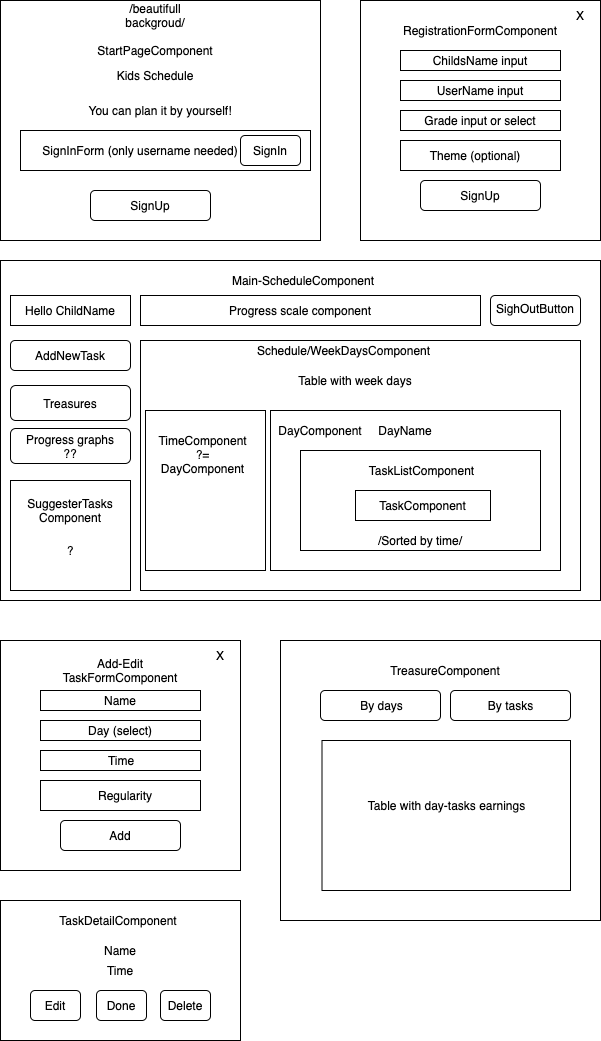
The draw.io diagram public/component-tree.png in janecher/kids-calendar, before a commit. Source tidied: cells renumbered, new cells last; positions are measured from the earlier drawing's top-left corner, leaving out a move shared by most shapes.
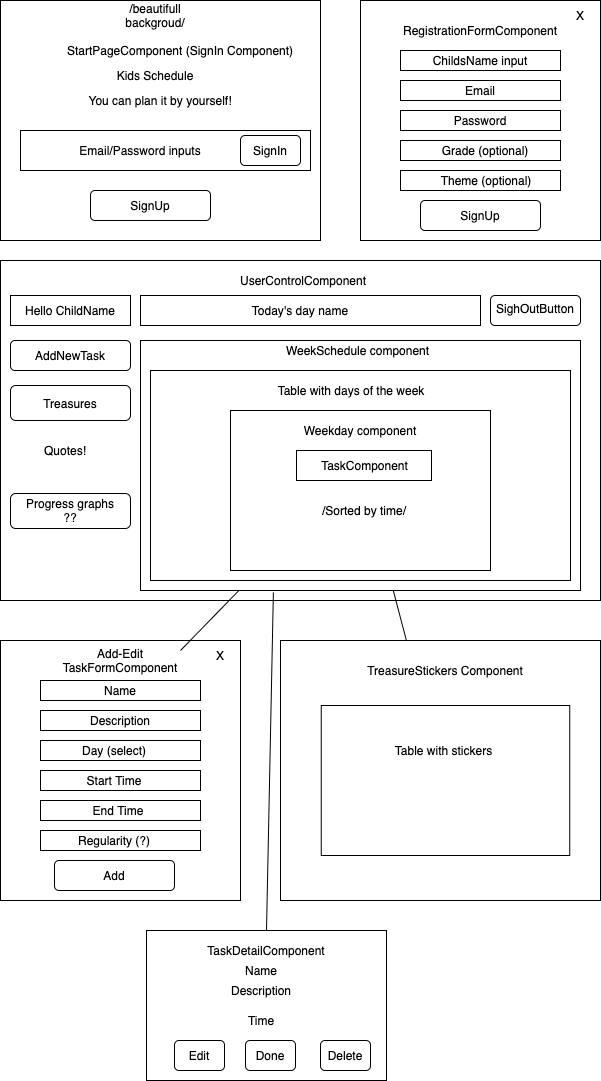
After the commit.

Commit message:
update component tree diagram

What changed in the source:
```diff
@@ -10,4 +10,4 @@
     </mxCell>
-    <mxCell id="4" value="StartPageComponent" style="text;html=1;strokeColor=none;fillColor=none;align=center;verticalAlign=middle;whiteSpace=wrap;rounded=0;" parent="1" vertex="1">
-      <mxGeometry x="35" y="40" width="240" height="20" as="geometry" />
+    <mxCell id="4" value="StartPageComponent (SignIn Component)" style="text;html=1;strokeColor=none;fillColor=none;align=center;verticalAlign=middle;whiteSpace=wrap;rounded=0;" parent="1" vertex="1">
+      <mxGeometry x="60" y="40" width="240" height="20" as="geometry" />
     </mxCell>
@@ -17,3 +17,3 @@
     <mxCell id="6" value="You can plan it by yourself!" style="text;html=1;strokeColor=none;fillColor=none;align=center;verticalAlign=middle;whiteSpace=wrap;rounded=0;" parent="1" vertex="1">
-      <mxGeometry x="80" y="100" width="160" height="20" as="geometry" />
+      <mxGeometry x="80" y="90" width="160" height="20" as="geometry" />
     </mxCell>
@@ -25,3 +25,3 @@
     </mxCell>
-    <mxCell id="9" value="SignInForm (only username needed)" style="text;html=1;strokeColor=none;fillColor=none;align=center;verticalAlign=middle;whiteSpace=wrap;rounded=0;" parent="1" vertex="1">
+    <mxCell id="9" value="Email/Password inputs" style="text;html=1;strokeColor=none;fillColor=none;align=center;verticalAlign=middle;whiteSpace=wrap;rounded=0;" parent="1" vertex="1">
       <mxGeometry x="35" y="140" width="210" height="20" as="geometry" />
@@ -52,3 +52,3 @@
     </mxCell>
-    <mxCell id="18" value="UserName input" style="text;html=1;strokeColor=none;fillColor=none;align=center;verticalAlign=middle;whiteSpace=wrap;rounded=0;" parent="1" vertex="1">
+    <mxCell id="18" value="Email" style="text;html=1;strokeColor=none;fillColor=none;align=center;verticalAlign=middle;whiteSpace=wrap;rounded=0;" parent="1" vertex="1">
       <mxGeometry x="420" y="80" width="120" height="20" as="geometry" />
@@ -56,3 +56,3 @@
     <mxCell id="19" value="SignUp" style="rounded=1;whiteSpace=wrap;html=1;" parent="1" vertex="1">
-      <mxGeometry x="420" y="180" width="120" height="30" as="geometry" />
+      <mxGeometry x="420" y="200" width="120" height="30" as="geometry" />
     </mxCell>
@@ -61,3 +61,3 @@
     </mxCell>
-    <mxCell id="21" value="Grade input or select" style="text;html=1;strokeColor=none;fillColor=none;align=center;verticalAlign=middle;whiteSpace=wrap;rounded=0;" parent="1" vertex="1">
+    <mxCell id="21" value="Password" style="text;html=1;strokeColor=none;fillColor=none;align=center;verticalAlign=middle;whiteSpace=wrap;rounded=0;" parent="1" vertex="1">
       <mxGeometry x="420" y="110" width="120" height="20" as="geometry" />
@@ -65,6 +65,6 @@
     <mxCell id="22" style="rounded=0;whiteSpace=wrap;html=1;" parent="1" vertex="1">
-      <mxGeometry x="400" y="140" width="160" height="30" as="geometry" />
+      <mxGeometry x="400" y="170" width="160" height="20" as="geometry" />
     </mxCell>
     <mxCell id="23" value="Theme (optional)" style="text;html=1;strokeColor=none;fillColor=none;align=center;verticalAlign=middle;whiteSpace=wrap;rounded=0;" parent="1" vertex="1">
-      <mxGeometry x="420" y="145" width="110" height="20" as="geometry" />
+      <mxGeometry x="431" y="170" width="110" height="20" as="geometry" />
     </mxCell>
@@ -73,3 +73,3 @@
     </mxCell>
-    <mxCell id="25" value="Main-ScheduleComponent" style="text;html=1;strokeColor=none;fillColor=none;align=center;verticalAlign=middle;whiteSpace=wrap;rounded=0;" parent="1" vertex="1">
+    <mxCell id="25" value="UserControlComponent" style="text;html=1;strokeColor=none;fillColor=none;align=center;verticalAlign=middle;whiteSpace=wrap;rounded=0;" parent="1" vertex="1">
       <mxGeometry x="183" y="270" width="240" height="20" as="geometry" />
@@ -85,19 +85,10 @@
     </mxCell>
-    <mxCell id="29" value="Schedule/WeekDaysComponent" style="text;html=1;strokeColor=none;fillColor=none;align=center;verticalAlign=middle;whiteSpace=wrap;rounded=0;" parent="1" vertex="1">
-      <mxGeometry x="256" y="340" width="175" height="20" as="geometry" />
+    <mxCell id="29" value="WeekSchedule component" style="text;html=1;strokeColor=none;fillColor=none;align=center;verticalAlign=middle;whiteSpace=wrap;rounded=0;" parent="1" vertex="1">
+      <mxGeometry x="270" y="340" width="175" height="20" as="geometry" />
     </mxCell>
-    <mxCell id="30" value="Table with week days" style="text;html=1;strokeColor=none;fillColor=none;align=center;verticalAlign=middle;whiteSpace=wrap;rounded=0;" parent="1" vertex="1">
-      <mxGeometry x="265" y="370" width="180" height="20" as="geometry" />
-    </mxCell>
     <mxCell id="31" style="rounded=0;whiteSpace=wrap;html=1;" parent="1" vertex="1">
-      <mxGeometry x="270" y="410" width="290" height="160" as="geometry" />
+      <mxGeometry x="150" y="370" width="420" height="210" as="geometry" />
     </mxCell>
-    <mxCell id="32" value="DayName" style="text;html=1;strokeColor=none;fillColor=none;align=center;verticalAlign=middle;whiteSpace=wrap;rounded=0;" parent="1" vertex="1">
-      <mxGeometry x="335" y="420" width="140" height="20" as="geometry" />
-    </mxCell>
-    <mxCell id="33" style="rounded=0;whiteSpace=wrap;html=1;" parent="1" vertex="1">
-      <mxGeometry x="145" y="410" width="120" height="160" as="geometry" />
-    </mxCell>
-    <mxCell id="34" value="DayComponent" style="text;html=1;strokeColor=none;fillColor=none;align=center;verticalAlign=middle;whiteSpace=wrap;rounded=0;" parent="1" vertex="1">
-      <mxGeometry x="280" y="420" width="80" height="20" as="geometry" />
+    <mxCell id="34" value="Table with days of the week" style="text;html=1;strokeColor=none;fillColor=none;align=center;verticalAlign=middle;whiteSpace=wrap;rounded=0;" parent="1" vertex="1">
+      <mxGeometry x="271" y="380" width="160" height="20" as="geometry" />
     </mxCell>
@@ -109,5 +100,2 @@
     </mxCell>
-    <mxCell id="37" value="TimeComponent&lt;br&gt;?= DayComponent" style="text;html=1;strokeColor=none;fillColor=none;align=center;verticalAlign=middle;whiteSpace=wrap;rounded=0;" parent="1" vertex="1">
-      <mxGeometry x="165" y="428" width="75" height="52" as="geometry" />
-    </mxCell>
     <mxCell id="38" style="rounded=1;whiteSpace=wrap;html=1;" parent="1" vertex="1">
@@ -119,15 +107,12 @@
     <mxCell id="40" style="rounded=0;whiteSpace=wrap;html=1;" parent="1" vertex="1">
-      <mxGeometry x="300" y="450" width="240" height="100" as="geometry" />
+      <mxGeometry x="230" y="410" width="260" height="160" as="geometry" />
     </mxCell>
-    <mxCell id="41" value="TaskListComponent" style="text;html=1;strokeColor=none;fillColor=none;align=center;verticalAlign=middle;whiteSpace=wrap;rounded=0;" parent="1" vertex="1">
-      <mxGeometry x="353" y="460" width="137" height="20" as="geometry" />
-    </mxCell>
     <mxCell id="42" style="rounded=0;whiteSpace=wrap;html=1;" parent="1" vertex="1">
-      <mxGeometry x="355" y="490" width="135" height="30" as="geometry" />
+      <mxGeometry x="296" y="450" width="135" height="30" as="geometry" />
     </mxCell>
     <mxCell id="43" value="TaskComponent" style="text;html=1;strokeColor=none;fillColor=none;align=center;verticalAlign=middle;whiteSpace=wrap;rounded=0;" parent="1" vertex="1">
-      <mxGeometry x="380" y="495" width="85" height="20" as="geometry" />
+      <mxGeometry x="321.5" y="455" width="85" height="20" as="geometry" />
     </mxCell>
     <mxCell id="44" value="/Sorted by time/" style="text;html=1;strokeColor=none;fillColor=none;align=center;verticalAlign=middle;whiteSpace=wrap;rounded=0;" parent="1" vertex="1">
-      <mxGeometry x="340" y="530" width="160" height="20" as="geometry" />
+      <mxGeometry x="284" y="500" width="160" height="20" as="geometry" />
     </mxCell>
@@ -136,11 +121,2 @@
     </mxCell>
-    <mxCell id="46" style="rounded=0;whiteSpace=wrap;html=1;" parent="1" vertex="1">
-      <mxGeometry x="10" y="480" width="120" height="110" as="geometry" />
-    </mxCell>
-    <mxCell id="47" value="SuggesterTasks&lt;br&gt;Component" style="text;html=1;strokeColor=none;fillColor=none;align=center;verticalAlign=middle;whiteSpace=wrap;rounded=0;" parent="1" vertex="1">
-      <mxGeometry x="20" y="500" width="100" height="20" as="geometry" />
-    </mxCell>
-    <mxCell id="48" value="?" style="text;html=1;strokeColor=none;fillColor=none;align=center;verticalAlign=middle;whiteSpace=wrap;rounded=0;" parent="1" vertex="1">
-      <mxGeometry x="50" y="540" width="40" height="20" as="geometry" />
-    </mxCell>
     <mxCell id="49" style="rounded=1;whiteSpace=wrap;html=1;" parent="1" vertex="1">
@@ -154,3 +130,3 @@
     </mxCell>
-    <mxCell id="52" value="Progress scale component" style="text;html=1;strokeColor=none;fillColor=none;align=center;verticalAlign=middle;whiteSpace=wrap;rounded=0;" parent="1" vertex="1">
+    <mxCell id="52" value="Today's day name" style="text;html=1;strokeColor=none;fillColor=none;align=center;verticalAlign=middle;whiteSpace=wrap;rounded=0;" parent="1" vertex="1">
       <mxGeometry x="138" y="300" width="324" height="20" as="geometry" />
@@ -158,57 +134,45 @@
     <mxCell id="53" style="rounded=0;whiteSpace=wrap;html=1;" parent="1" vertex="1">
-      <mxGeometry x="280" y="640" width="320" height="280" as="geometry" />
+      <mxGeometry x="280" y="640" width="320" height="260" as="geometry" />
     </mxCell>
-    <mxCell id="54" value="TreasureComponent" style="text;html=1;strokeColor=none;fillColor=none;align=center;verticalAlign=middle;whiteSpace=wrap;rounded=0;" parent="1" vertex="1">
+    <mxCell id="54" value="TreasureStickers Component" style="text;html=1;strokeColor=none;fillColor=none;align=center;verticalAlign=middle;whiteSpace=wrap;rounded=0;" parent="1" vertex="1">
       <mxGeometry x="340" y="660" width="210" height="20" as="geometry" />
     </mxCell>
-    <mxCell id="55" style="rounded=1;whiteSpace=wrap;html=1;" parent="1" vertex="1">
-      <mxGeometry x="320" y="690" width="120" height="30" as="geometry" />
-    </mxCell>
-    <mxCell id="56" value="By days" style="text;html=1;strokeColor=none;fillColor=none;align=center;verticalAlign=middle;whiteSpace=wrap;rounded=0;" parent="1" vertex="1">
-      <mxGeometry x="343" y="695" width="77" height="20" as="geometry" />
-    </mxCell>
-    <mxCell id="57" style="rounded=1;whiteSpace=wrap;html=1;" parent="1" vertex="1">
-      <mxGeometry x="450" y="690" width="120" height="30" as="geometry" />
-    </mxCell>
-    <mxCell id="58" value="By tasks" style="text;html=1;strokeColor=none;fillColor=none;align=center;verticalAlign=middle;whiteSpace=wrap;rounded=0;" parent="1" vertex="1">
-      <mxGeometry x="471.5" y="695" width="77" height="20" as="geometry" />
-    </mxCell>
     <mxCell id="59" style="rounded=1;whiteSpace=wrap;html=1;" parent="1" vertex="1">
-      <mxGeometry x="10" y="428" width="120" height="35" as="geometry" />
+      <mxGeometry x="10" y="493" width="120" height="35" as="geometry" />
     </mxCell>
     <mxCell id="60" value="Progress graphs ??" style="text;html=1;strokeColor=none;fillColor=none;align=center;verticalAlign=middle;whiteSpace=wrap;rounded=0;" parent="1" vertex="1">
-      <mxGeometry x="20" y="435.5" width="100" height="20" as="geometry" />
+      <mxGeometry x="20" y="500" width="100" height="20" as="geometry" />
     </mxCell>
     <mxCell id="61" style="rounded=0;whiteSpace=wrap;html=1;" parent="1" vertex="1">
-      <mxGeometry y="640" width="240" height="230" as="geometry" />
+      <mxGeometry y="640" width="240" height="260" as="geometry" />
     </mxCell>
     <mxCell id="62" value="Add-Edit TaskFormComponent" style="text;html=1;strokeColor=none;fillColor=none;align=center;verticalAlign=middle;whiteSpace=wrap;rounded=0;" parent="1" vertex="1">
-      <mxGeometry x="60" y="660" width="120" height="20" as="geometry" />
+      <mxGeometry x="60" y="650" width="120" height="20" as="geometry" />
     </mxCell>
     <mxCell id="63" style="rounded=0;whiteSpace=wrap;html=1;" parent="1" vertex="1">
-      <mxGeometry x="40" y="690" width="160" height="20" as="geometry" />
+      <mxGeometry x="40" y="680" width="160" height="20" as="geometry" />
     </mxCell>
     <mxCell id="64" value="Name" style="text;html=1;strokeColor=none;fillColor=none;align=center;verticalAlign=middle;whiteSpace=wrap;rounded=0;" parent="1" vertex="1">
-      <mxGeometry x="60" y="690" width="120" height="20" as="geometry" />
+      <mxGeometry x="60" y="680" width="120" height="20" as="geometry" />
     </mxCell>
     <mxCell id="65" style="rounded=0;whiteSpace=wrap;html=1;" parent="1" vertex="1">
-      <mxGeometry x="40" y="720" width="160" height="20" as="geometry" />
+      <mxGeometry x="40" y="740" width="160" height="20" as="geometry" />
     </mxCell>
     <mxCell id="66" value="Day (select)" style="text;html=1;strokeColor=none;fillColor=none;align=center;verticalAlign=middle;whiteSpace=wrap;rounded=0;" parent="1" vertex="1">
-      <mxGeometry x="60" y="720" width="120" height="20" as="geometry" />
+      <mxGeometry x="54" y="740" width="120" height="20" as="geometry" />
     </mxCell>
     <mxCell id="67" value="Add" style="rounded=1;whiteSpace=wrap;html=1;" parent="1" vertex="1">
-      <mxGeometry x="60" y="820" width="120" height="30" as="geometry" />
+      <mxGeometry x="54" y="860" width="120" height="30" as="geometry" />
     </mxCell>
     <mxCell id="68" style="rounded=0;whiteSpace=wrap;html=1;" parent="1" vertex="1">
-      <mxGeometry x="40" y="750" width="160" height="20" as="geometry" />
+      <mxGeometry x="40" y="800" width="160" height="20" as="geometry" />
     </mxCell>
-    <mxCell id="69" value="Time" style="text;html=1;strokeColor=none;fillColor=none;align=center;verticalAlign=middle;whiteSpace=wrap;rounded=0;" parent="1" vertex="1">
-      <mxGeometry x="61" y="750" width="120" height="20" as="geometry" />
+    <mxCell id="69" value="End Time" style="text;html=1;strokeColor=none;fillColor=none;align=center;verticalAlign=middle;whiteSpace=wrap;rounded=0;" parent="1" vertex="1">
+      <mxGeometry x="58" y="800" width="120" height="20" as="geometry" />
     </mxCell>
     <mxCell id="70" style="rounded=0;whiteSpace=wrap;html=1;" parent="1" vertex="1">
-      <mxGeometry x="40" y="780" width="160" height="30" as="geometry" />
+      <mxGeometry x="40" y="830" width="160" height="20" as="geometry" />
     </mxCell>
-    <mxCell id="71" value="Regularity" style="text;html=1;strokeColor=none;fillColor=none;align=center;verticalAlign=middle;whiteSpace=wrap;rounded=0;" parent="1" vertex="1">
-      <mxGeometry x="70" y="785" width="110" height="20" as="geometry" />
+    <mxCell id="71" value="Regularity (?)" style="text;html=1;strokeColor=none;fillColor=none;align=center;verticalAlign=middle;whiteSpace=wrap;rounded=0;" parent="1" vertex="1">
+      <mxGeometry x="60" y="830" width="108" height="20" as="geometry" />
     </mxCell>
@@ -218,28 +182,64 @@
     <mxCell id="73" style="rounded=0;whiteSpace=wrap;html=1;" parent="1" vertex="1">
-      <mxGeometry x="321.5" y="740" width="248.5" height="150" as="geometry" />
+      <mxGeometry x="320.8" y="705" width="248.5" height="150" as="geometry" />
     </mxCell>
-    <mxCell id="74" value="Table with day-tasks earnings" style="text;html=1;strokeColor=none;fillColor=none;align=center;verticalAlign=middle;whiteSpace=wrap;rounded=0;" parent="1" vertex="1">
-      <mxGeometry x="343" y="780" width="207" height="50" as="geometry" />
+    <mxCell id="74" value="Table with stickers" style="text;html=1;strokeColor=none;fillColor=none;align=center;verticalAlign=middle;whiteSpace=wrap;rounded=0;" parent="1" vertex="1">
+      <mxGeometry x="340" y="725" width="207" height="50" as="geometry" />
     </mxCell>
     <mxCell id="75" style="rounded=0;whiteSpace=wrap;html=1;" parent="1" vertex="1">
-      <mxGeometry y="900" width="240" height="140" as="geometry" />
+      <mxGeometry x="146" y="930" width="240" height="150" as="geometry" />
     </mxCell>
     <mxCell id="76" value="TaskDetailComponent" style="text;html=1;strokeColor=none;fillColor=none;align=center;verticalAlign=middle;whiteSpace=wrap;rounded=0;" parent="1" vertex="1">
-      <mxGeometry x="53" y="910" width="130" height="20" as="geometry" />
+      <mxGeometry x="201" y="940" width="130" height="20" as="geometry" />
     </mxCell>
     <mxCell id="77" value="Name" style="text;html=1;strokeColor=none;fillColor=none;align=center;verticalAlign=middle;whiteSpace=wrap;rounded=0;" parent="1" vertex="1">
-      <mxGeometry x="60" y="940" width="120" height="20" as="geometry" />
+      <mxGeometry x="201" y="960" width="120" height="20" as="geometry" />
     </mxCell>
     <mxCell id="78" value="Time" style="text;html=1;strokeColor=none;fillColor=none;align=center;verticalAlign=middle;whiteSpace=wrap;rounded=0;" parent="1" vertex="1">
-      <mxGeometry x="90" y="960" width="60" height="20" as="geometry" />
+      <mxGeometry x="231" y="1010" width="60" height="20" as="geometry" />
     </mxCell>
     <mxCell id="79" value="Edit" style="rounded=1;whiteSpace=wrap;html=1;" parent="1" vertex="1">
-      <mxGeometry x="30" y="990" width="50" height="30" as="geometry" />
+      <mxGeometry x="174" y="1040" width="50" height="30" as="geometry" />
     </mxCell>
     <mxCell id="80" value="Done" style="rounded=1;whiteSpace=wrap;html=1;" parent="1" vertex="1">
-      <mxGeometry x="96" y="990" width="50" height="30" as="geometry" />
+      <mxGeometry x="245" y="1040" width="50" height="30" as="geometry" />
     </mxCell>
     <mxCell id="81" value="Delete" style="rounded=1;whiteSpace=wrap;html=1;" parent="1" vertex="1">
-      <mxGeometry x="160" y="990" width="50" height="30" as="geometry" />
+      <mxGeometry x="320" y="1040" width="50" height="30" as="geometry" />
     </mxCell>
+    <mxCell id="82" style="rounded=0;whiteSpace=wrap;html=1;" parent="1" vertex="1">
+      <mxGeometry x="400" y="140" width="160" height="20" as="geometry" />
+    </mxCell>
+    <mxCell id="83" value="Grade (optional)" style="text;html=1;strokeColor=none;fillColor=none;align=center;verticalAlign=middle;whiteSpace=wrap;rounded=0;" parent="1" vertex="1">
+      <mxGeometry x="430" y="140" width="110" height="20" as="geometry" />
+    </mxCell>
+    <mxCell id="32" value="Weekday component" style="text;html=1;strokeColor=none;fillColor=none;align=center;verticalAlign=middle;whiteSpace=wrap;rounded=0;" parent="1" vertex="1">
+      <mxGeometry x="290" y="420" width="140" height="20" as="geometry" />
+    </mxCell>
+    <mxCell id="84" style="rounded=0;whiteSpace=wrap;html=1;" parent="1" vertex="1">
+      <mxGeometry x="40" y="770" width="160" height="20" as="geometry" />
+    </mxCell>
+    <mxCell id="85" style="rounded=0;whiteSpace=wrap;html=1;" parent="1" vertex="1">
+      <mxGeometry x="40" y="710" width="160" height="20" as="geometry" />
+    </mxCell>
+    <mxCell id="86" value="Description" style="text;html=1;strokeColor=none;fillColor=none;align=center;verticalAlign=middle;whiteSpace=wrap;rounded=0;" parent="1" vertex="1">
+      <mxGeometry x="60" y="710" width="120" height="20" as="geometry" />
+    </mxCell>
+    <mxCell id="87" value="Start Time" style="text;html=1;strokeColor=none;fillColor=none;align=center;verticalAlign=middle;whiteSpace=wrap;rounded=0;" parent="1" vertex="1">
+      <mxGeometry x="54" y="770" width="120" height="20" as="geometry" />
+    </mxCell>
+    <mxCell id="88" value="Quotes!" style="text;html=1;strokeColor=none;fillColor=none;align=center;verticalAlign=middle;whiteSpace=wrap;rounded=0;" parent="1" vertex="1">
+      <mxGeometry x="20" y="440" width="90" height="20" as="geometry" />
+    </mxCell>
+    <mxCell id="89" value="Description" style="text;html=1;strokeColor=none;fillColor=none;align=center;verticalAlign=middle;whiteSpace=wrap;rounded=0;" parent="1" vertex="1">
+      <mxGeometry x="241" y="980" width="40" height="20" as="geometry" />
+    </mxCell>
+    <mxCell id="90" style="endArrow=none;html=1;exitX=1;exitY=0;exitDx=0;exitDy=0;" parent="1" edge="1" source="62" target="28">
+      <mxGeometry relative="1" as="geometry" />
+    </mxCell>
+    <mxCell id="91" style="endArrow=none;html=1;" parent="1" edge="1" source="28" target="53">
+      <mxGeometry relative="1" as="geometry" />
+    </mxCell>
+    <mxCell id="92" style="endArrow=none;html=1;exitX=0.5;exitY=0;exitDx=0;exitDy=0;entryX=0.302;entryY=1.008;entryDx=0;entryDy=0;entryPerimeter=0;" parent="1" edge="1" source="75" target="28">
+      <mxGeometry relative="1" as="geometry" />
+    </mxCell>
   </root>
```
